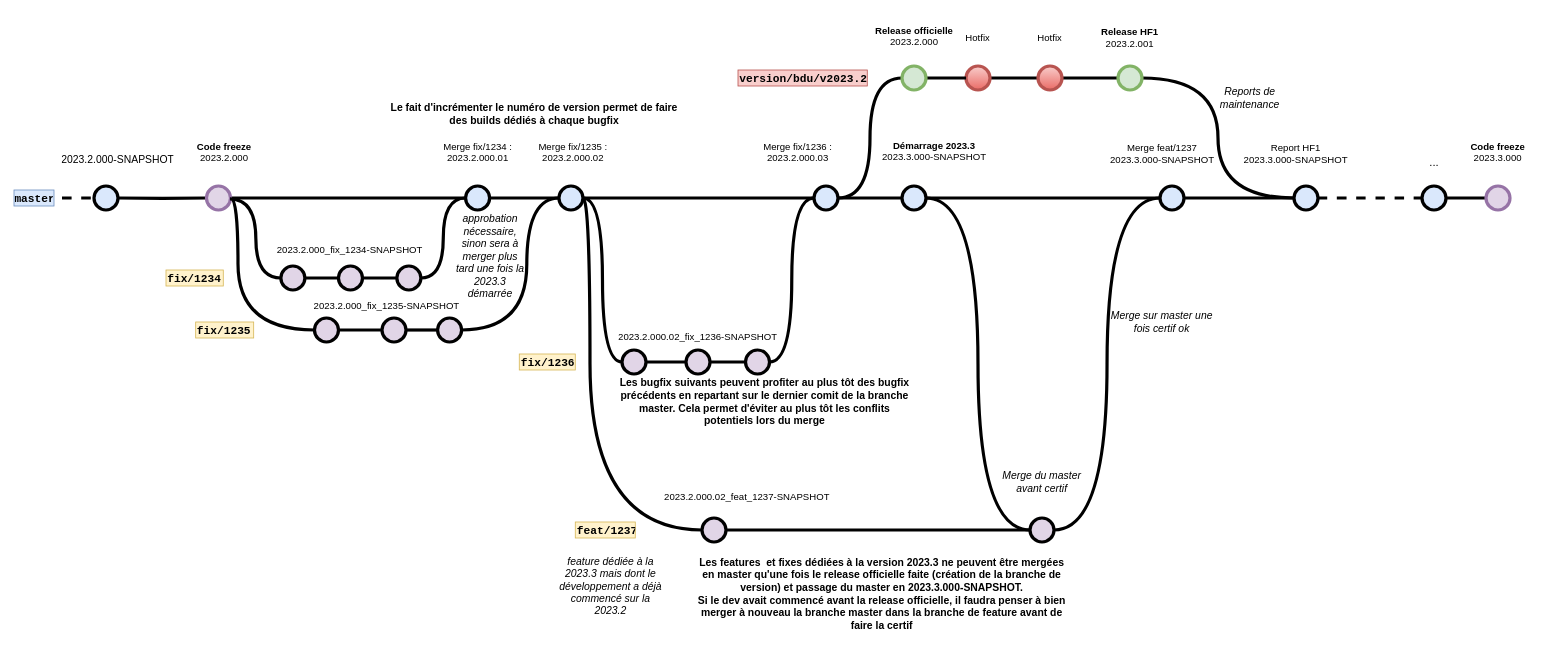
This is proposition-release-git.drawio from omasseau/drawio, a draw.io file, before an edit. Source tidied: cells renumbered, new cells numbered last; positions are measured from the earlier drawing's top-left corner, leaving out a move shared by most shapes. Both pictures are drawn from the tidied source at 80%, with x=0, y=0 at pixel (14, 14).
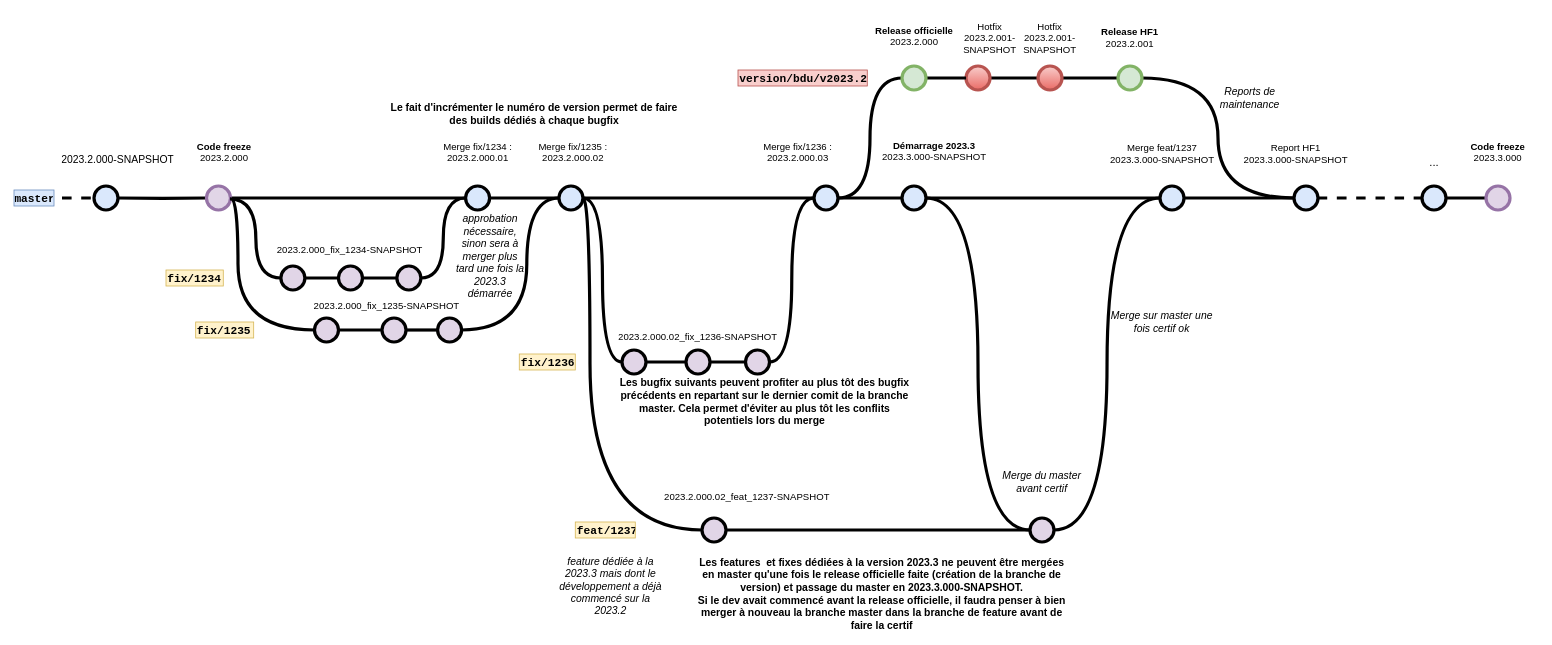
Above is the later version.

Change to the diagram source:
```diff
@@
-    <mxCell id="51" value="Hotfix" style="text;html=1;strokeColor=none;fillColor=none;align=center;verticalAlign=middle;whiteSpace=wrap;overflow=hidden;fontSize=12;" parent="1" vertex="1">
-      <mxGeometry x="1155" width="100" height="60" as="geometry" />
+    <mxCell id="51" value="&lt;div&gt;Hotfix&lt;br&gt;2023.2.001-SNAPSHOT&lt;br&gt;&lt;/div&gt;" style="text;html=1;strokeColor=none;fillColor=none;align=center;verticalAlign=middle;whiteSpace=wrap;overflow=hidden;fontSize=12;" parent="1" vertex="1">
+      <mxGeometry x="1170" width="100" height="60" as="geometry" />
     </mxCell>
-    <mxCell id="52" value="&lt;div style=&quot;font-size: 12px;&quot;&gt;Hotfix&lt;/div&gt;" style="text;html=1;strokeColor=none;fillColor=none;align=center;verticalAlign=middle;whiteSpace=wrap;overflow=hidden;fontSize=12;" parent="1" vertex="1">
+    <mxCell id="52" value="&lt;div style=&quot;font-size: 12px;&quot;&gt;Hotfix&lt;/div&gt;2023.2.001-SNAPSHOT" style="text;html=1;strokeColor=none;fillColor=none;align=center;verticalAlign=middle;whiteSpace=wrap;overflow=hidden;fontSize=12;" parent="1" vertex="1">
       <mxGeometry x="1245" width="100" height="60" as="geometry" />
     </mxCell>
```
